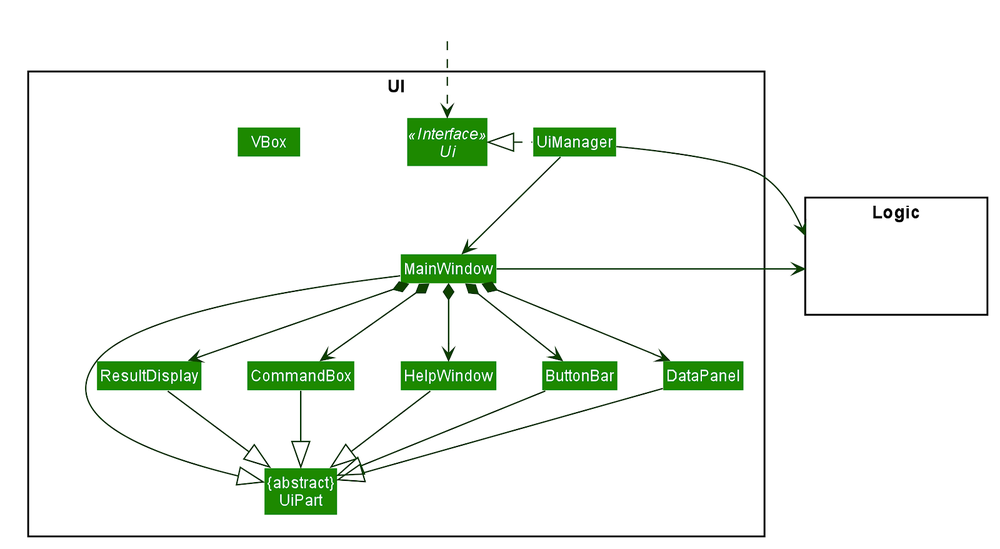
Earlier version of the PlantUML export docs/images/UiClassDiagram.png (xinyee20/tp). Its source is kept beside it as docs/diagrams/UiClassDiagram.puml. The source it was exported from:
```plantuml
@startuml
!include style.puml
skinparam arrowThickness 1.1
skinparam arrowColor UI_COLOR_T4
skinparam classBackgroundColor UI_COLOR

package UI <<Rectangle>>{
Interface Ui <<Interface>>
Class "{abstract}\nUiPart" as UiPart
Class UiManager
Class MainWindow
Class HelpWindow
Class ResultDisplay
Class CommandBox
Class ButtonBar
Class DataPanel
}

package Logic <<Rectangle>> {
Class HiddenLogic #FFFFFF
}

Class HiddenOutside #FFFFFF
HiddenOutside ..> Ui

UiManager .left.|> Ui
UiManager -down-> MainWindow
MainWindow *-down-> HelpWindow
MainWindow *-down-> CommandBox
MainWindow *-down-> ResultDisplay
MainWindow *-down-> ButtonBar
MainWindow *-down-> DataPanel

MainWindow -left-|> UiPart
ResultDisplay --|> UiPart
CommandBox --|> UiPart
HelpWindow -down-|> UiPart
ButtonBar -down-|> UiPart
DataPanel -down-|> UiPart

UiManager -right-> Logic
MainWindow -left-> Logic

HelpWindow -[hidden]left- CommandBox
CommandBox -[hidden]left- ResultDisplay

MainWindow -[hidden]-|> UiPart
@enduml
```
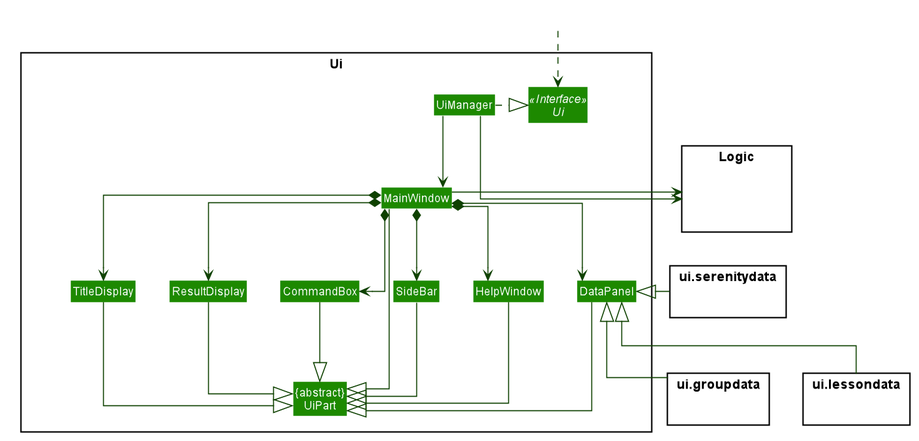
Above is the later version.

Commit message:
Modify Ui class diagrams

Change to the diagram source:
```diff
@@ -1,48 +1,61 @@
 @startuml
+skinparam linetype ortho
 !include style.puml
 skinparam arrowThickness 1.1
 skinparam arrowColor UI_COLOR_T4
 skinparam classBackgroundColor UI_COLOR
 
-package UI <<Rectangle>>{
+package Ui <<Rectangle>>{
 Interface Ui <<Interface>>
 Class "{abstract}\nUiPart" as UiPart
 Class UiManager
 Class MainWindow
-Class HelpWindow
+Class TitleDisplay
 Class ResultDisplay
 Class CommandBox
-Class ButtonBar
+Class SideBar
+Class HelpWindow
 Class DataPanel
 }
 
-package Logic <<Rectangle>> {
-Class HiddenLogic #FFFFFF
+package ui.serenitydata {
+}
+
+package ui.groupdata {
+}
+
+package ui.lessondata {
+}
+
+package Logic {
+Class Hidden #FFFFFF
 }
 
 Class HiddenOutside #FFFFFF
 HiddenOutside ..> Ui
 
-UiManager .left.|> Ui
+UiManager .right.|> Ui
 UiManager -down-> MainWindow
+MainWindow *-down-> TitleDisplay
+MainWindow *-down-> ResultDisplay
+MainWindow *-down-> CommandBox
+MainWindow *-down-> SideBar
 MainWindow *-down-> HelpWindow
-MainWindow *-down-> CommandBox
-MainWindow *-down-> ResultDisplay
-MainWindow *-down-> ButtonBar
 MainWindow *-down-> DataPanel
 
-MainWindow -left-|> UiPart
+MainWindow -down-|> UiPart
+TitleDisplay --|> UiPart
 ResultDisplay --|> UiPart
 CommandBox --|> UiPart
+SideBar -down-|> UiPart
 HelpWindow -down-|> UiPart
-ButtonBar -down-|> UiPart
 DataPanel -down-|> UiPart
 
+DataPanel <|-right- ui.serenitydata
+DataPanel <|-- ui.groupdata
+DataPanel <|-down- ui.lessondata
+
 UiManager -right-> Logic
-MainWindow -left-> Logic
+MainWindow -right-> Logic
 
-HelpWindow -[hidden]left- CommandBox
-CommandBox -[hidden]left- ResultDisplay
-
-MainWindow -[hidden]-|> UiPart
 @enduml
```
